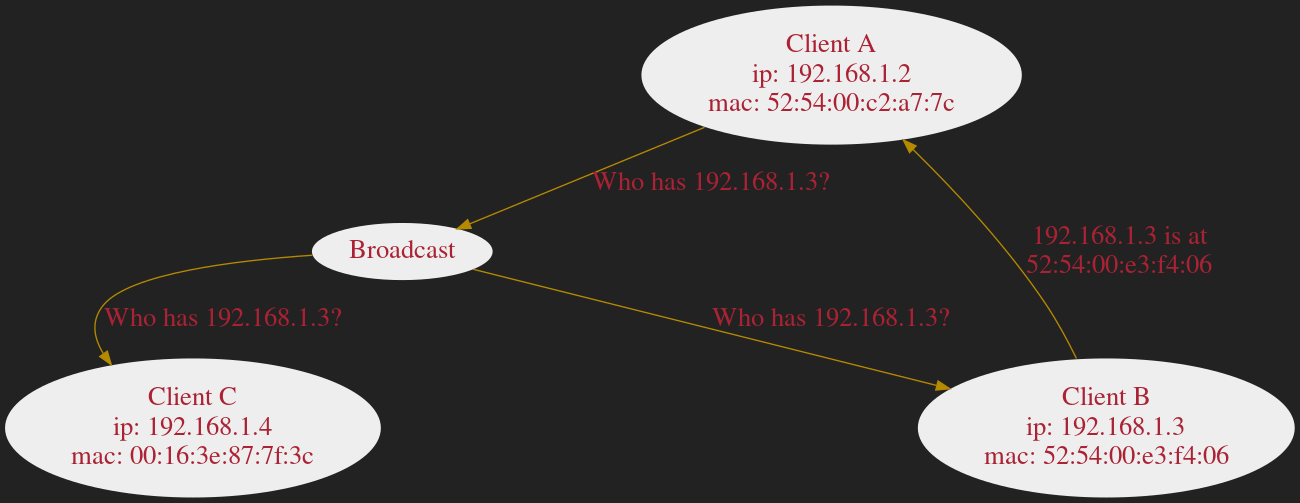
dlrobertson/dlrobertson.com keeps this Graphviz diagram as slides/graphs/images/arp-network.png. Above is the earlier version. Its source is kept beside it as slides/graphs/sources/arp-network.dot.
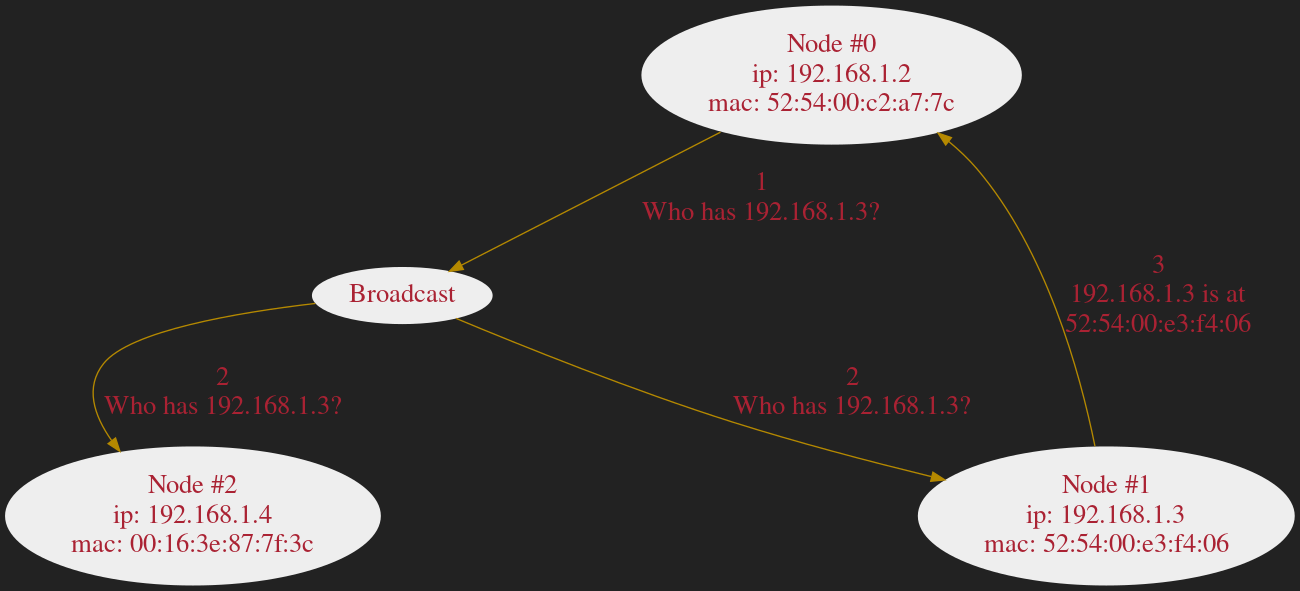
Above is the later version.

What changed in the source:
```diff
@@ -9,19 +9,19 @@
     edge[color="#b58900", fontcolor="#aa2233", fontsize=20]
     node[fontcolor="#aa2233", fontsize=20]
     node0[
-        label="Client A\nip: 192.168.1.2\nmac: 52:54:00:c2:a7:7c"
+        label="Node #0\nip: 192.168.1.2\nmac: 52:54:00:c2:a7:7c"
         style=filled
         color=none
         fillcolor="#eeeeee"
     ]
     node1[
-        label="Client B\nip: 192.168.1.3\nmac: 52:54:00:e3:f4:06"
+        label="Node #1\nip: 192.168.1.3\nmac: 52:54:00:e3:f4:06"
         style=filled
         color=none
         fillcolor="#eeeeee"
     ]
     node2[
-        label="Client C\nip: 192.168.1.4\nmac: 00:16:3e:87:7f:3c"
+        label="Node #2\nip: 192.168.1.4\nmac: 00:16:3e:87:7f:3c"
         style=filled
         color=none
         fillcolor="#eeeeee"
@@ -32,8 +32,8 @@
         color=none
         fillcolor="#eeeeee"
     ]
-    node0 -> broadcast[label="Who has 192.168.1.3?"]
-    broadcast -> node1[label="Who has 192.168.1.3?"]
-    broadcast -> node2[label="Who has 192.168.1.3?"]
-    node1 -> node0[label="192.168.1.3 is at\n52:54:00:e3:f4:06"]
+    node0 -> broadcast[label="1\nWho has 192.168.1.3?"]
+    broadcast -> node1[label="2\nWho has 192.168.1.3?"]
+    broadcast -> node2[label="2\nWho has 192.168.1.3?"]
+    node1 -> node0[label="3\n192.168.1.3 is at\n52:54:00:e3:f4:06"]
 }
```
